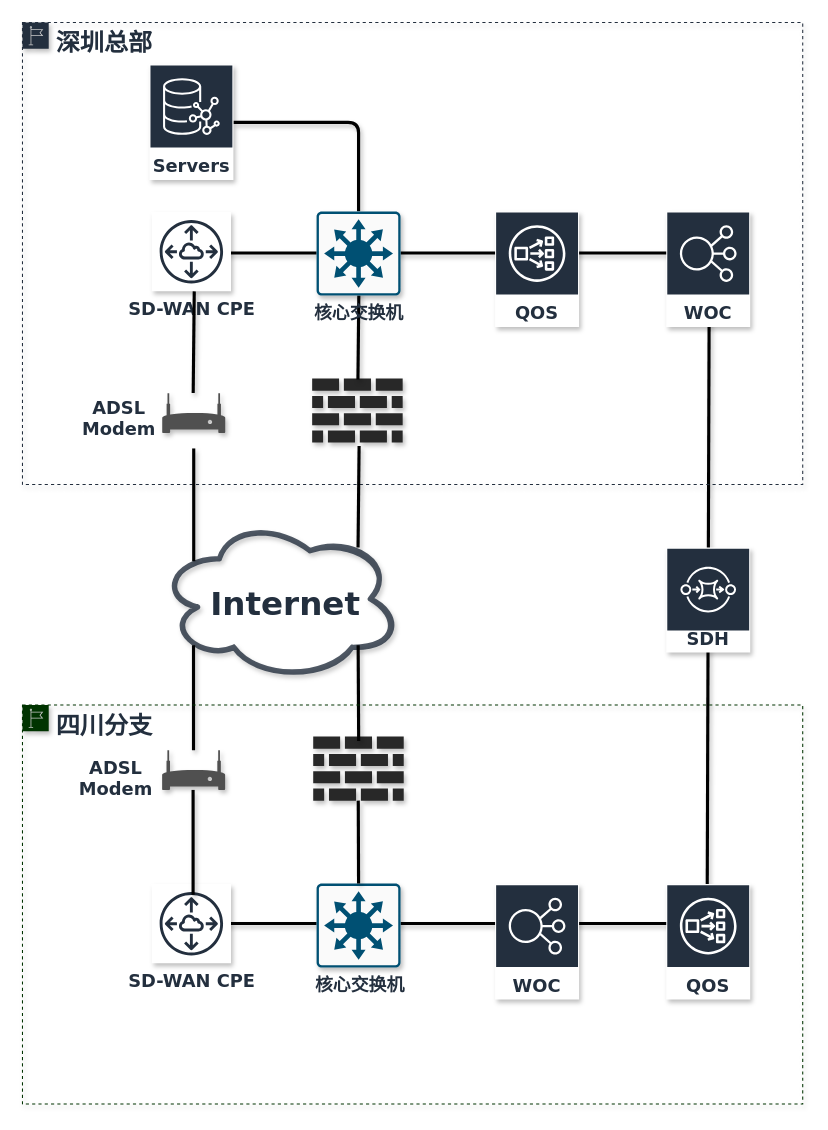
Above: page "当前拓扑" (1 of 3) of Untitled Diagram.drawio in ZILLIONTSANG/NetworkDiagrams (draw.io), before the change. Source tidied: cells renumbered, new cells numbered last; positions are measured from the earlier drawing's top-left corner, leaving out a move shared by most shapes. Both pictures are drawn from the tidied source at 105%, with x=0, y=0 at pixel (22, 22).
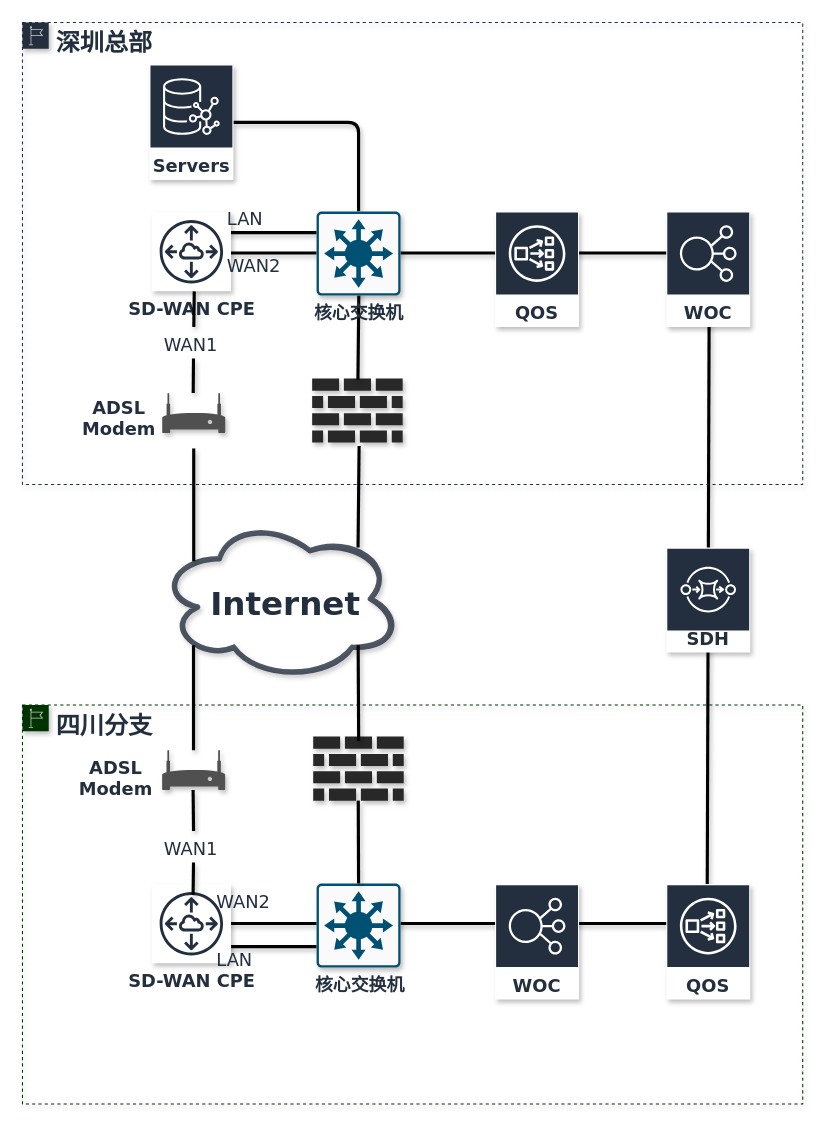
After the change.

What changed in the source:
```diff
@@
+    <mxCell id="37" style="rounded=0;orthogonalLoop=1;jettySize=auto;html=1;fontSize=17;fontColor=#232F3E;fontFamily=Verdana;fontStyle=1;endArrow=none;endFill=0;strokeWidth=3;shadow=1;" parent="1" edge="1">
+      <mxGeometry x="-153.3" y="237.9" as="geometry">
+        <mxPoint x="326" y="200" as="sourcePoint" />
+        <mxPoint x="183" y="200" as="targetPoint" />
+      </mxGeometry>
+    </mxCell>
+    <mxCell id="34" value="&lt;font color=&quot;#232f3e&quot; style=&quot;font-size: 23px&quot;&gt;四川分支&lt;/font&gt;" style="gradientColor=none;html=1;whiteSpace=wrap;fontSize=17;fontStyle=1;shape=mxgraph.aws4.group;grIcon=mxgraph.aws4.group_region;fillColor=none;verticalAlign=top;align=left;spacingLeft=30;fontColor=#879196;dashed=1;fontFamily=Verdana;strokeColor=#003300;shadow=1;" parent="1" vertex="1">
+      <mxGeometry x="-0.1" y="650" width="743.1" height="380" as="geometry" />
+    </mxCell>
+    <mxCell id="38" style="rounded=0;orthogonalLoop=1;jettySize=auto;html=1;fontSize=17;fontColor=#232F3E;fontFamily=Verdana;fontStyle=1;endArrow=none;endFill=0;strokeWidth=3;shadow=1;" parent="1" edge="1">
+      <mxGeometry x="-162.9" y="917.9" as="geometry">
+        <mxPoint x="316.4" y="880" as="sourcePoint" />
+        <mxPoint x="173.4" y="880" as="targetPoint" />
+      </mxGeometry>
+    </mxCell>
@@
-    <mxCell id="26" style="rounded=0;orthogonalLoop=1;jettySize=auto;html=1;fontSize=17;fontColor=#232F3E;fontFamily=Verdana;fontStyle=1;endArrow=none;endFill=0;strokeWidth=3;shadow=1;" parent="1" edge="1">
+    <mxCell id="26" style="rounded=0;jettySize=auto;html=1;fontSize=17;fontColor=#232F3E;fontFamily=Verdana;fontStyle=1;endArrow=none;endFill=0;strokeWidth=3;shadow=1;" parent="1" edge="1" source="45">
       <mxGeometry x="-320.6" y="827.7" as="geometry">
-        <mxPoint x="162.4" y="830.7" as="sourcePoint" />
         <mxPoint x="162.4" y="730.8" as="targetPoint" />
       </mxGeometry>
     </mxCell>
@@
-    <mxCell id="32" style="edgeStyle=none;rounded=0;orthogonalLoop=1;jettySize=auto;html=1;endArrow=none;endFill=0;strokeWidth=3;fontFamily=Verdana;fontSize=17;fontColor=#232F3E;shadow=1;" parent="1" edge="1">
+    <mxCell id="32" style="edgeStyle=none;rounded=0;jettySize=auto;html=1;endArrow=none;endFill=0;strokeWidth=3;fontFamily=Verdana;fontSize=17;fontColor=#232F3E;shadow=1;" parent="1" edge="1" source="43">
       <mxGeometry relative="1" as="geometry">
-        <mxPoint x="163.5" y="256" as="sourcePoint" />
         <mxPoint x="162.5" y="352.7" as="targetPoint" />
       </mxGeometry>
     </mxCell>
@@
-    <mxCell id="34" value="&lt;font color=&quot;#232f3e&quot; style=&quot;font-size: 23px&quot;&gt;四川分支&lt;/font&gt;" style="gradientColor=none;html=1;whiteSpace=wrap;fontSize=17;fontStyle=1;shape=mxgraph.aws4.group;grIcon=mxgraph.aws4.group_region;fillColor=none;verticalAlign=top;align=left;spacingLeft=30;fontColor=#879196;dashed=1;fontFamily=Verdana;strokeColor=#003300;shadow=1;" parent="1" vertex="1">
-      <mxGeometry x="-0.1" y="650" width="743.1" height="380" as="geometry" />
-    </mxCell>
@@
+    <mxCell id="39" value="&lt;font face=&quot;verdana&quot;&gt;WAN2&lt;/font&gt;" style="text;whiteSpace=wrap;html=1;fontSize=17;fontFamily=Verdana;fontColor=#232F3E;shadow=1;" parent="1" vertex="1">
+      <mxGeometry x="183" y="820.5" width="60" height="40" as="geometry" />
+    </mxCell>
+    <mxCell id="40" value="&lt;font face=&quot;verdana&quot;&gt;LAN&lt;/font&gt;" style="text;whiteSpace=wrap;html=1;fontSize=17;fontFamily=Verdana;fontColor=#232F3E;shadow=1;" parent="1" vertex="1">
+      <mxGeometry x="183" y="876" width="60" height="40" as="geometry" />
+    </mxCell>
+    <mxCell id="41" value="&lt;font face=&quot;verdana&quot;&gt;WAN2&lt;/font&gt;" style="text;whiteSpace=wrap;html=1;fontSize=17;fontFamily=Verdana;fontColor=#232F3E;shadow=1;" parent="1" vertex="1">
+      <mxGeometry x="193" y="215" width="60" height="40" as="geometry" />
+    </mxCell>
+    <mxCell id="42" value="&lt;font face=&quot;verdana&quot;&gt;LAN&lt;/font&gt;" style="text;whiteSpace=wrap;html=1;fontSize=17;fontFamily=Verdana;fontColor=#232F3E;shadow=1;" parent="1" vertex="1">
+      <mxGeometry x="193" y="170" width="60" height="40" as="geometry" />
+    </mxCell>
+    <mxCell id="43" value="&lt;font face=&quot;verdana&quot;&gt;WAN1&lt;/font&gt;" style="text;whiteSpace=wrap;html=1;fontSize=17;fontFamily=Verdana;fontColor=#232F3E;shadow=1;" parent="1" vertex="1">
+      <mxGeometry x="132.9" y="290" width="60" height="30" as="geometry" />
+    </mxCell>
+    <mxCell id="44" style="edgeStyle=none;rounded=0;jettySize=auto;html=1;endArrow=none;endFill=0;strokeWidth=3;fontFamily=Verdana;fontSize=17;fontColor=#232F3E;shadow=1;" parent="1" edge="1" target="43">
+      <mxGeometry relative="1" as="geometry">
+        <mxPoint x="163.5" y="256" as="sourcePoint" />
+      </mxGeometry>
+    </mxCell>
+    <mxCell id="45" value="&lt;font face=&quot;verdana&quot;&gt;WAN1&lt;/font&gt;" style="text;whiteSpace=wrap;html=1;fontSize=17;fontFamily=Verdana;fontColor=#232F3E;shadow=1;" parent="1" vertex="1">
+      <mxGeometry x="133" y="770" width="60" height="30" as="geometry" />
+    </mxCell>
+    <mxCell id="46" style="rounded=0;jettySize=auto;html=1;fontSize=17;fontColor=#232F3E;fontFamily=Verdana;fontStyle=1;endArrow=none;endFill=0;strokeWidth=3;shadow=1;" parent="1" edge="1" target="45">
+      <mxGeometry x="-320.6" y="827.7" as="geometry">
+        <mxPoint x="162.4" y="830.7" as="sourcePoint" />
+      </mxGeometry>
+    </mxCell>
```
